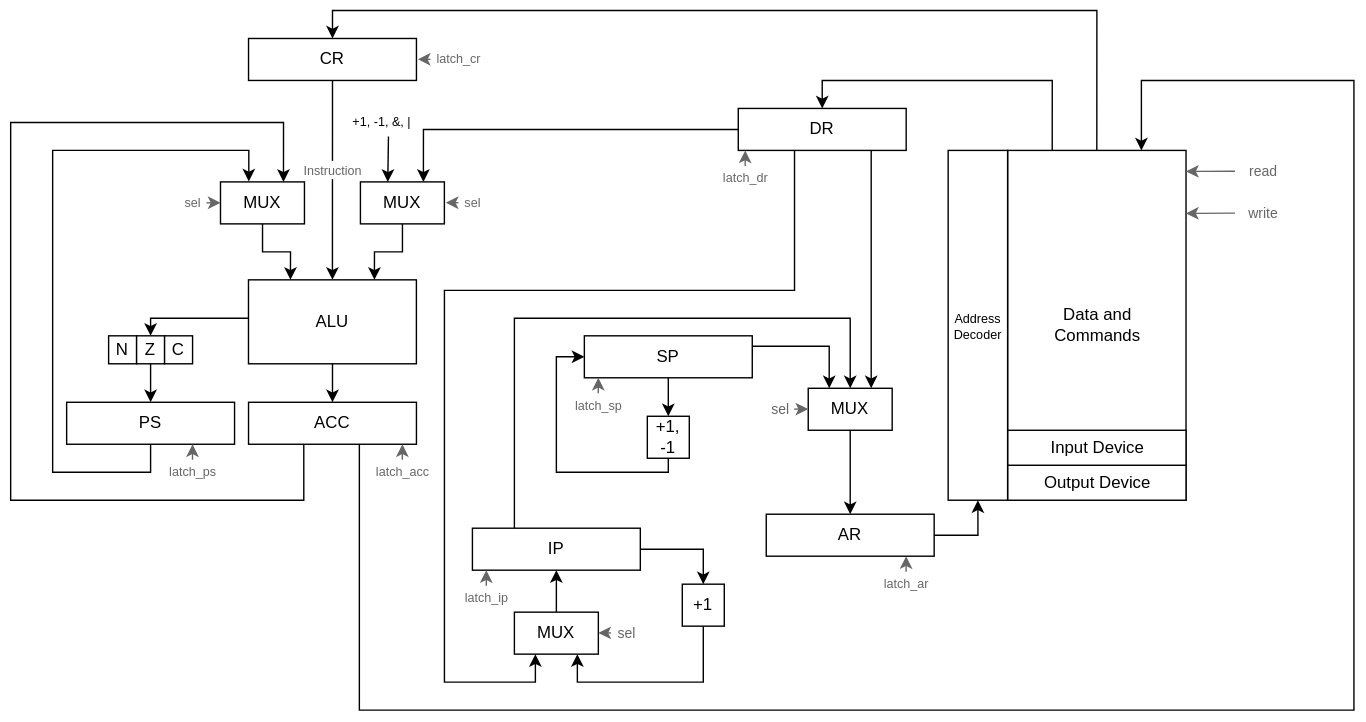
The draw.io diagram schemes/data_path.drawio.svg in glebmavi/csa_lab3, before a commit. Source tidied: cells renumbered, new cells last; positions are measured from the earlier drawing's top-left corner, leaving out a move shared by most shapes.
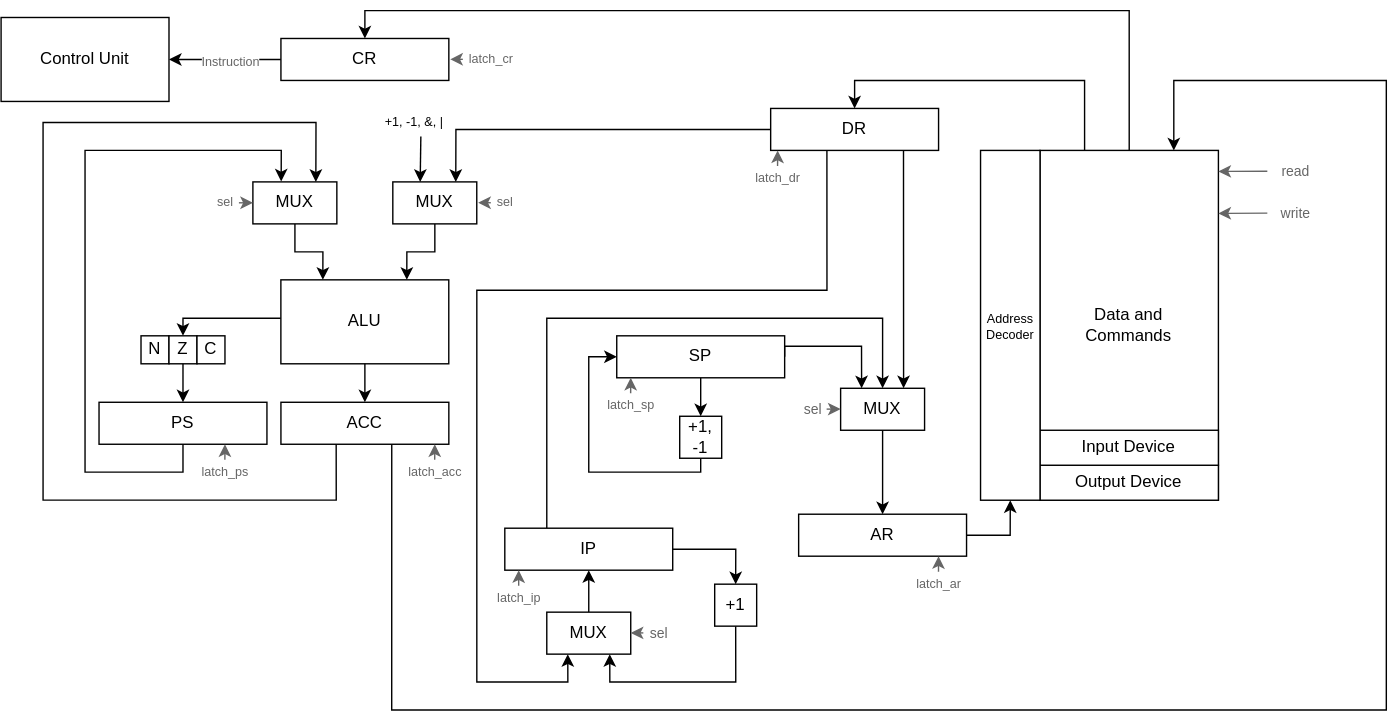
Later version of the same file.

Change to the diagram source:
```diff
@@ -112,13 +112,8 @@
         </Array>
       </mxGeometry>
     </mxCell>
-    <mxCell id="24" style="edgeStyle=orthogonalEdgeStyle;rounded=0;jettySize=auto;html=1;entryX=0.5;entryY=0;entryDx=0;entryDy=0;exitX=0.5;exitY=1;exitDx=0;exitDy=0;" parent="1" edge="1" source="26" target="28">
-      <mxGeometry relative="1" as="geometry">
-        <Array as="points">
-          <mxPoint x="230" y="60" />
-          <mxPoint x="230" y="60" />
-        </Array>
-      </mxGeometry>
+    <mxCell id="24" style="edgeStyle=orthogonalEdgeStyle;rounded=0;jettySize=auto;html=1;exitX=0;exitY=0.5;exitDx=0;exitDy=0;entryX=1;entryY=0.5;entryDx=0;entryDy=0;" parent="1" edge="1" source="26" target="78">
+      <mxGeometry relative="1" as="geometry" />
     </mxCell>
     <mxCell id="25" value="&lt;font style=&quot;font-size: 9px;&quot;&gt;Instruction&lt;/font&gt;" style="edgeLabel;html=1;align=center;verticalAlign=middle;fontColor=#666666;" parent="24" vertex="1">
       <mxGeometry x="-0.1" relative="1" as="geometry" />
@@ -350,5 +345,8 @@
         <mxPoint x="640" y="390" as="targetPoint" />
       </mxGeometry>
     </mxCell>
+    <mxCell id="78" value="Control Unit" style="rounded=0;whiteSpace=wrap;html=1;" parent="1" vertex="1">
+      <mxGeometry x="-30" y="5" width="120" height="60" as="geometry" />
+    </mxCell>
   </root>
 </mxGraphModel>
```
